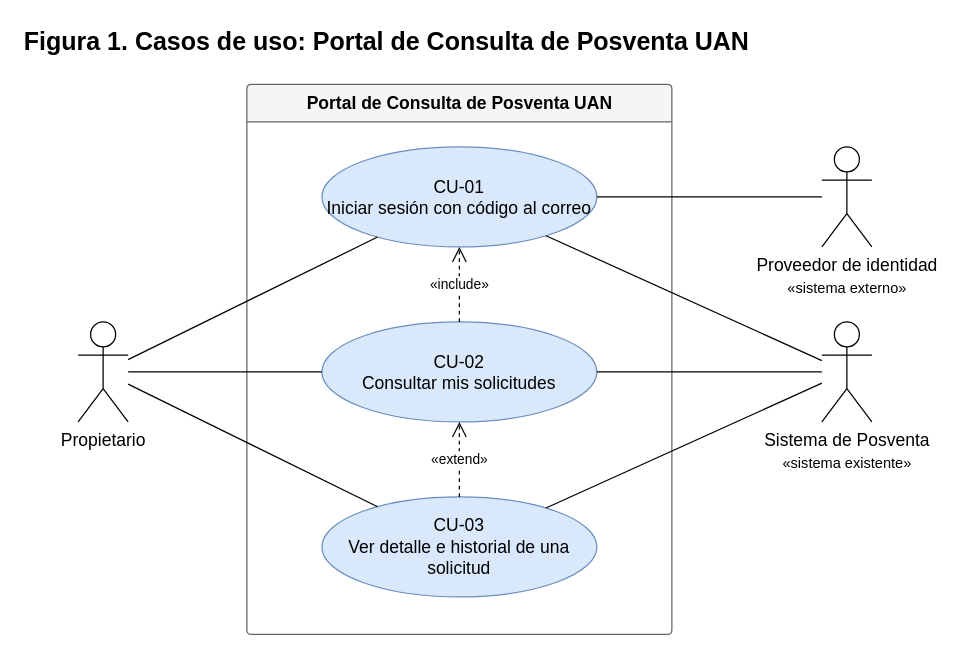
The draw.io diagram page "Figura 1. Casos de uso" (1 of 2) of docs/diagramas/posventa.drawio in Ale-Code404/mag-arq-soft-fund-arq-posventa, before the edit. Source tidied: cells renumbered, new cells numbered last; positions are measured from the earlier drawing's top-left corner, leaving out a move shared by most shapes. Both pictures are drawn from the tidied source at 125%, with x=0, y=0 at pixel (21, 21).
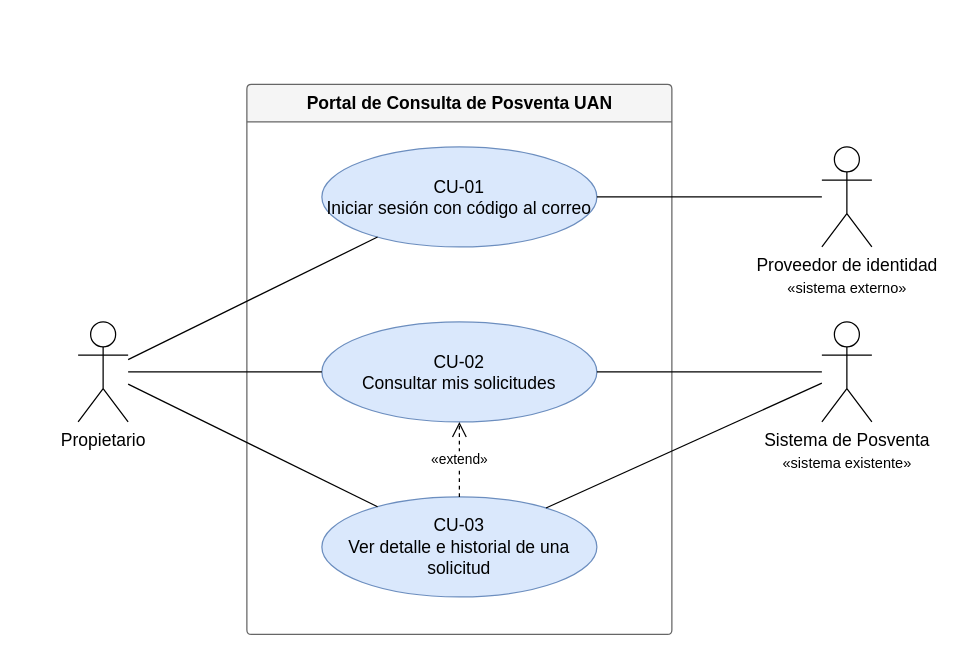
After the change.

Change to the diagram source:
```diff
@@
 <mxGraphModel>
   <root>
     <mxCell id="0" />
     <mxCell id="1" parent="0" />
-    <mxCell id="2" value="Figura 1. Casos de uso: Portal de Consulta de Posventa UAN" style="text;html=1;fontSize=20;fontStyle=1;align=left;verticalAlign=middle;" parent="1" vertex="1">
-      <mxGeometry width="720" height="30" as="geometry" />
-    </mxCell>
     <mxCell id="3" value="Portal de Consulta de Posventa UAN" style="swimlane;startSize=30;html=1;fontSize=14;fillColor=#f5f5f5;strokeColor=#666666;rounded=1;arcSize=4;" parent="1" vertex="1">
       <mxGeometry x="180" y="50" width="340" height="440" as="geometry" />
     </mxCell>
     <mxCell id="4" value="CU-01&lt;br&gt;Iniciar sesión con código al correo" style="ellipse;whiteSpace=wrap;html=1;fontSize=14;fillColor=#dae8fc;strokeColor=#6c8ebf;" parent="3" vertex="1">
       <mxGeometry x="60" y="50" width="220" height="80" as="geometry" />
     </mxCell>
     <mxCell id="5" value="CU-02&lt;br&gt;Consultar mis solicitudes" style="ellipse;whiteSpace=wrap;html=1;fontSize=14;fillColor=#dae8fc;strokeColor=#6c8ebf;" parent="3" vertex="1">
       <mxGeometry x="60" y="190" width="220" height="80" as="geometry" />
     </mxCell>
     <mxCell id="6" value="CU-03&lt;br&gt;Ver detalle e historial de una solicitud" style="ellipse;whiteSpace=wrap;html=1;fontSize=14;fillColor=#dae8fc;strokeColor=#6c8ebf;" parent="3" vertex="1">
       <mxGeometry x="60" y="330" width="220" height="80" as="geometry" />
     </mxCell>
+    <mxCell id="14" value="«extend»" style="dashed=1;endArrow=open;endSize=10;html=1;" parent="3" edge="1" source="6" target="5">
+      <mxGeometry relative="1" as="geometry" />
+    </mxCell>
     <mxCell id="7" value="Propietario" style="shape=umlActor;verticalLabelPosition=bottom;verticalAlign=top;html=1;fontSize=14;" parent="1" vertex="1">
       <mxGeometry x="45" y="240" width="40" height="80" as="geometry" />
     </mxCell>
     <mxCell id="8" value="Proveedor de identidad&lt;br&gt;&lt;small&gt;«sistema externo»&lt;/small&gt;" style="shape=umlActor;verticalLabelPosition=bottom;verticalAlign=top;html=1;fontSize=14;" parent="1" vertex="1">
       <mxGeometry x="640" y="100" width="40" height="80" as="geometry" />
     </mxCell>
     <mxCell id="9" value="Sistema de Posventa&lt;br&gt;&lt;small&gt;«sistema existente»&lt;/small&gt;" style="shape=umlActor;verticalLabelPosition=bottom;verticalAlign=top;html=1;fontSize=14;" parent="1" vertex="1">
       <mxGeometry x="640" y="240" width="40" height="80" as="geometry" />
     </mxCell>
     <mxCell id="10" style="endArrow=none;html=1;" parent="1" edge="1" source="7" target="4">
       <mxGeometry relative="1" as="geometry" />
     </mxCell>
     <mxCell id="11" style="endArrow=none;html=1;" parent="1" edge="1" source="7" target="5">
       <mxGeometry relative="1" as="geometry" />
     </mxCell>
     <mxCell id="12" style="endArrow=none;html=1;" parent="1" edge="1" source="7" target="6">
       <mxGeometry relative="1" as="geometry" />
     </mxCell>
-    <mxCell id="13" value="«include»" style="dashed=1;endArrow=open;endSize=10;html=1;" parent="3" edge="1" source="5" target="4">
-      <mxGeometry relative="1" as="geometry" />
-    </mxCell>
-    <mxCell id="14" value="«extend»" style="dashed=1;endArrow=open;endSize=10;html=1;" parent="3" edge="1" source="6" target="5">
-      <mxGeometry relative="1" as="geometry" />
-    </mxCell>
     <mxCell id="15" style="endArrow=none;html=1;" parent="1" edge="1" source="4" target="8">
       <mxGeometry relative="1" as="geometry" />
     </mxCell>
-    <mxCell id="16" style="endArrow=none;html=1;" parent="1" edge="1" source="4" target="9">
-      <mxGeometry relative="1" as="geometry" />
-    </mxCell>
     <mxCell id="17" style="endArrow=none;html=1;" parent="1" edge="1" source="5" target="9">
       <mxGeometry relative="1" as="geometry" />
     </mxCell>
     <mxCell id="18" style="endArrow=none;html=1;" parent="1" edge="1" source="6" target="9">
       <mxGeometry relative="1" as="geometry" />
     </mxCell>
   </root>
 </mxGraphModel>
```
